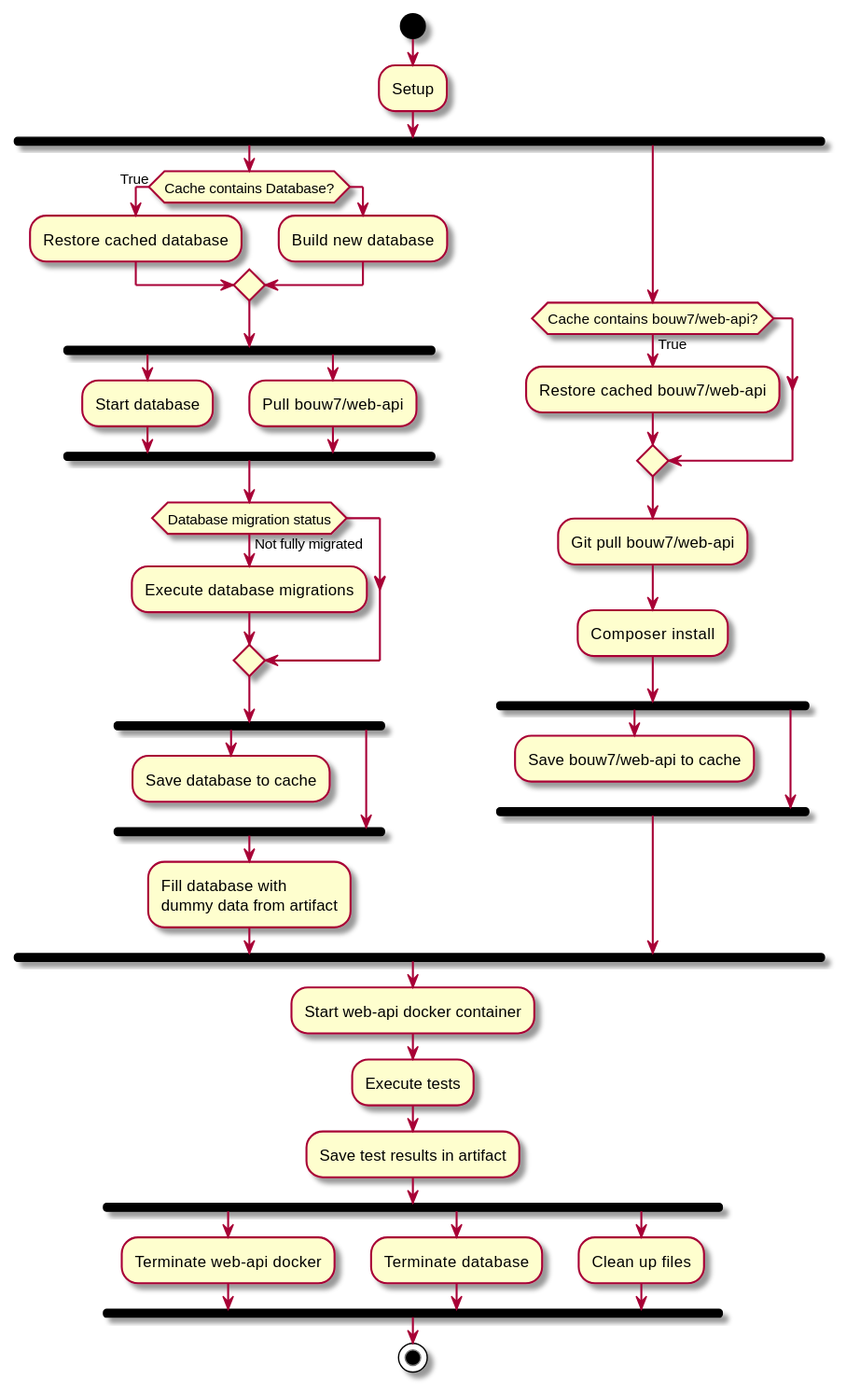
The PlantUML diagram out/Process/WorkflowActivity/Functional testing workflow activity diagram.svg in dannypas00/bouw7-uml, before a commit.
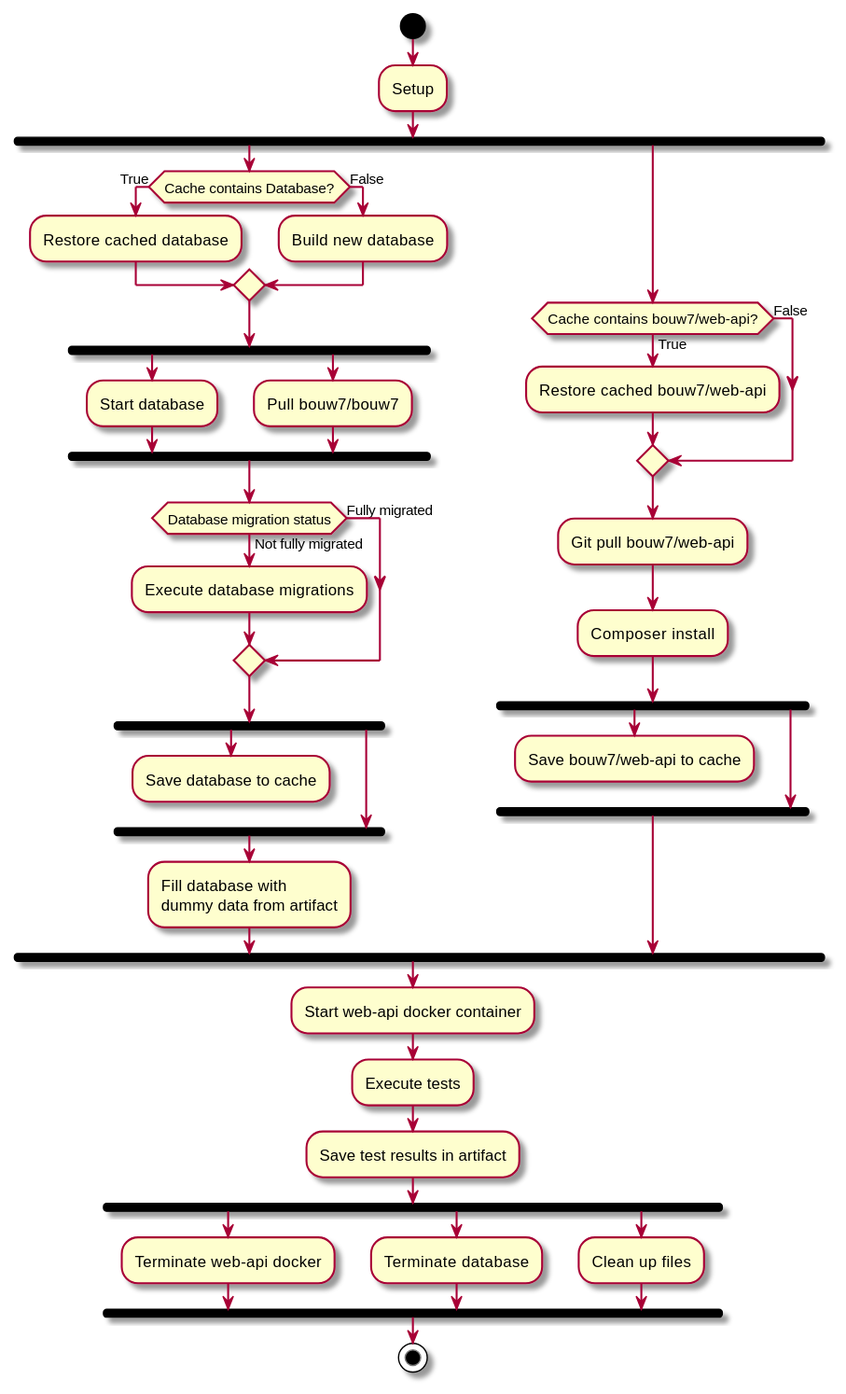
Above is the later version.

Diff of the diagram source:
```diff
@@ -4,16 +4,17 @@
 fork
     if (Cache contains Database?) then (True)
         :Restore cached database;
-    else
+    else (False)
         :Build new database;
     endif
     fork
         :Start database;
     fork again
-        :Pull bouw7/web-api;
+        :Pull bouw7/bouw7;
     end fork
     if (Database migration status) then (Not fully migrated)
         :Execute database migrations;
+    else (Fully migrated)
     endif
     fork
         :Save database to cache;
@@ -25,6 +26,7 @@
 fork again
     if (Cache contains bouw7/web-api?) then (True)
         :Restore cached bouw7/web-api;
+    else (False)
     endif
     :Git pull bouw7/web-api;
     :Composer install;
```
